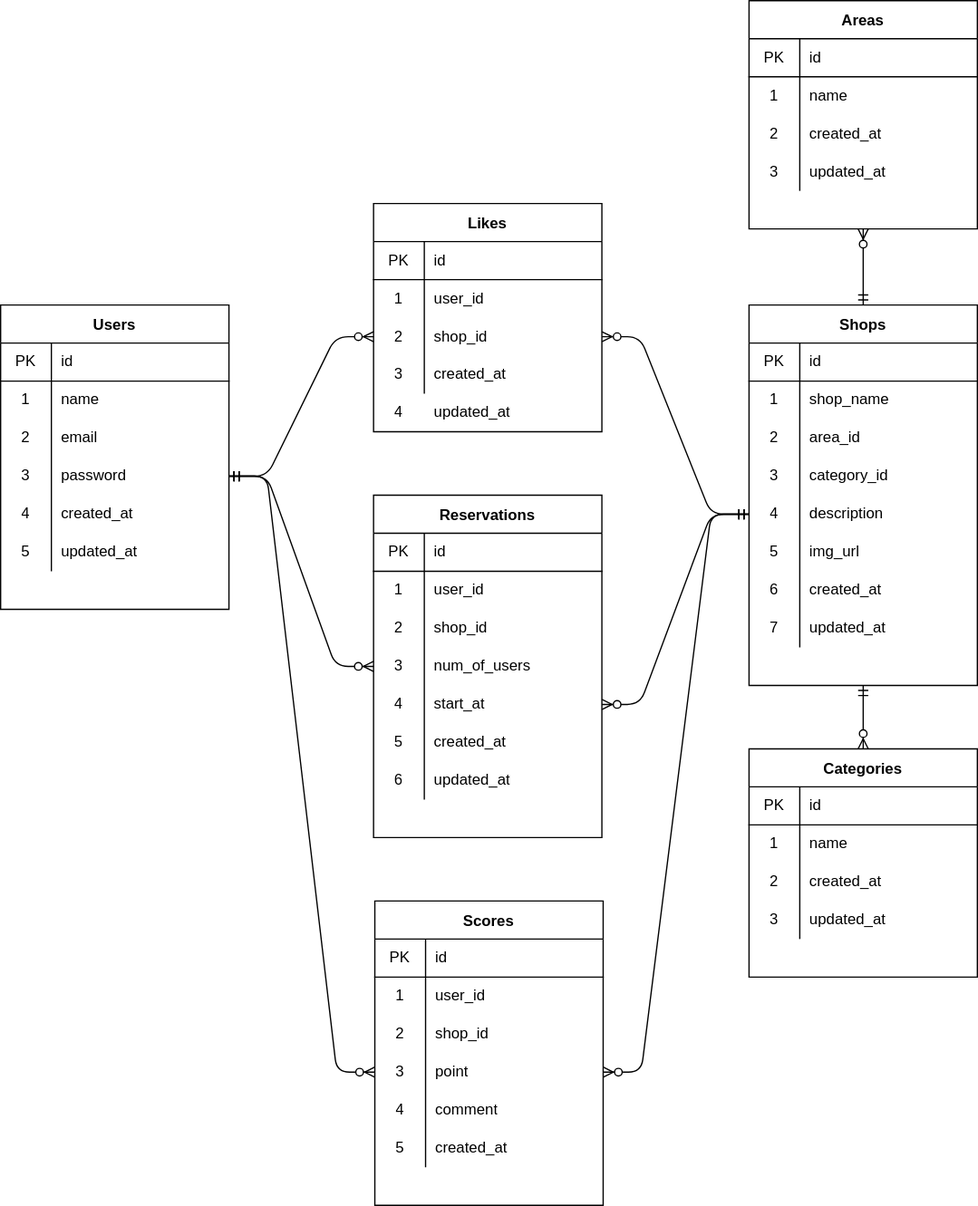
Earlier version of the draw.io export er.drawio.svg (rjwiz/rese-pj). Source tidied: cells renumbered, new cells last; positions are measured from the earlier drawing's top-left corner, leaving out a move shared by most shapes.
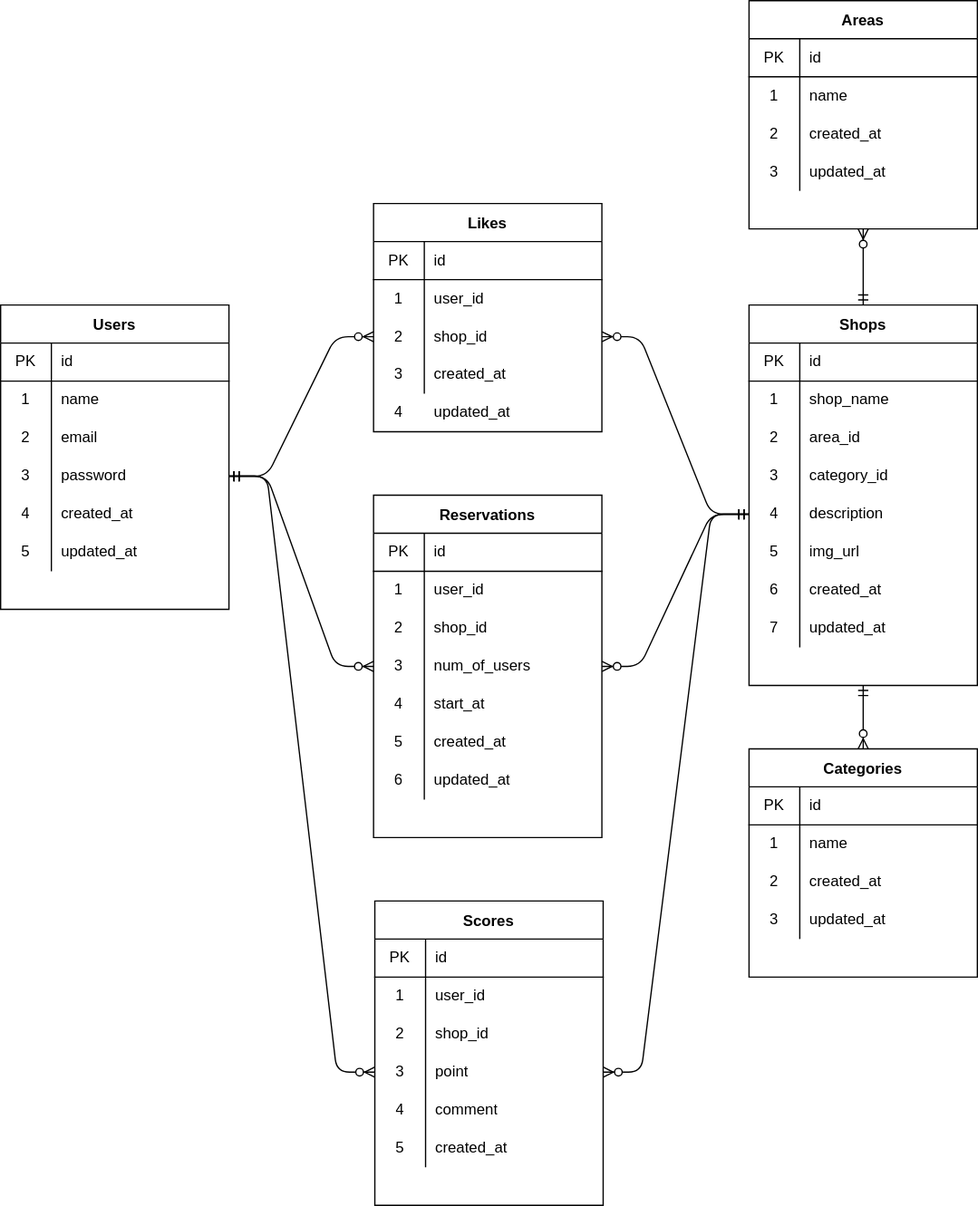
The same file after the commit.

Change to the diagram source:
```diff
@@ -332,7 +332,7 @@
     <mxCell id="111" style="edgeStyle=entityRelationEdgeStyle;fontSize=12;html=1;endArrow=ERzeroToMany;startArrow=ERmandOne;entryX=1;entryY=0.5;entryDx=0;entryDy=0;exitX=0;exitY=0.5;exitDx=0;exitDy=0;" parent="1" edge="1" source="34" target="53">
       <mxGeometry relative="1" as="geometry" />
     </mxCell>
-    <mxCell id="112" style="edgeStyle=entityRelationEdgeStyle;fontSize=12;html=1;endArrow=ERzeroToMany;startArrow=ERmandOne;entryX=1;entryY=0.5;entryDx=0;entryDy=0;exitX=0;exitY=0.5;exitDx=0;exitDy=0;" parent="1" edge="1" source="34" target="72">
+    <mxCell id="112" style="edgeStyle=entityRelationEdgeStyle;fontSize=12;html=1;endArrow=ERzeroToMany;startArrow=ERmandOne;entryX=1;entryY=0.5;entryDx=0;entryDy=0;exitX=0;exitY=0.5;exitDx=0;exitDy=0;" parent="1" edge="1" source="34" target="69">
       <mxGeometry relative="1" as="geometry" />
     </mxCell>
     <mxCell id="113" style="fontSize=12;html=1;endArrow=ERzeroToMany;startArrow=ERmandOne;entryX=0.5;entryY=1;entryDx=0;entryDy=0;exitX=0.5;exitY=0;exitDx=0;exitDy=0;" parent="1" edge="1" source="21" target="96">
```
